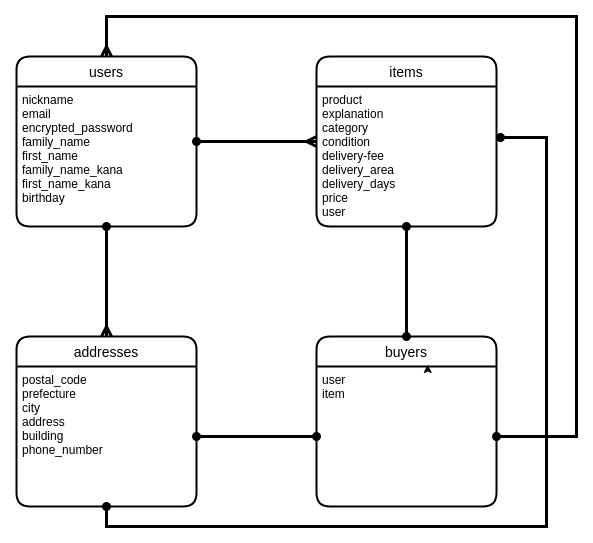
sayaka-ando/furima-32554 keeps this draw.io diagram as furima.dio. Above is the earlier version. Source tidied: cells renumbered, new cells numbered last; positions are measured from the earlier drawing's top-left corner, leaving out a move shared by most shapes. Both pictures are drawn from the tidied source at 100%, with x=0, y=0 at pixel (16, 16).
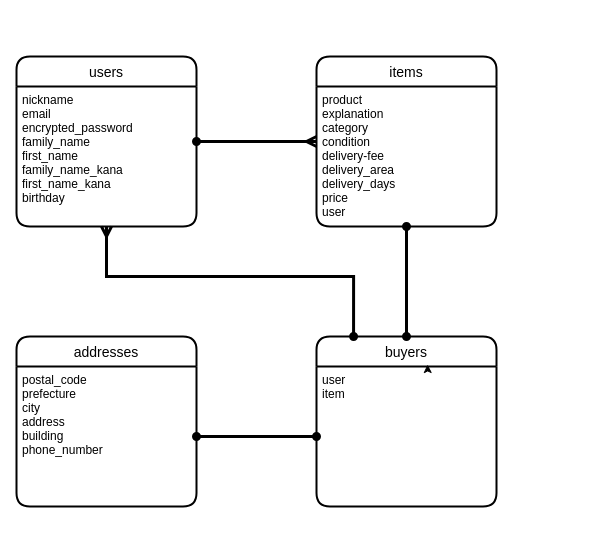
Above is the later version.

Commit message (it also covers changes not shown here):
データベース設計の修正

ActiveHashで実装するものはidをつける。
配送先住所のアソシエーションは購入者だけでよい。

Unchanged cells that the change refers to:
```xml
<mxCell id="2" value="users" style="swimlane;horizontal=1;startSize=30;rounded=1;fontSize=14;fontStyle=0;strokeWidth=2;shadow=0;dashed=0;align=center;" parent="1" vertex="1">
  <mxGeometry y="40" width="180" height="170" as="geometry" />
</mxCell>
<mxCell id="3" value="nickname&#10;email&#10;encrypted_password&#10;family_name&#10;first_name&#10;family_name_kana&#10;first_name_kana&#10;birthday" style="align=left;strokeColor=none;fillColor=none;spacingLeft=4;fontSize=12;verticalAlign=top;" parent="2" vertex="1">
  <mxGeometry y="30" width="180" height="140" as="geometry" />
</mxCell>
<mxCell id="6" value="product&#10;explanation&#10;category&#10;condition&#10;delivery-fee&#10;delivery_area&#10;delivery_days&#10;price&#10;user" style="align=left;strokeColor=none;fillColor=none;spacingLeft=4;fontSize=12;verticalAlign=top;" parent="5" vertex="1">
  <mxGeometry y="30" width="180" height="140" as="geometry" />
</mxCell>
<mxCell id="7" value="addresses" style="swimlane;horizontal=1;startSize=30;rounded=1;fontSize=14;fontStyle=0;strokeWidth=2;shadow=0;dashed=0;align=center;" parent="1" vertex="1">
  <mxGeometry y="320" width="180" height="170" as="geometry" />
</mxCell>
<mxCell id="8" value="postal_code&#10;prefecture&#10;city&#10;address&#10;building&#10;phone_number" style="align=left;strokeColor=none;fillColor=none;spacingLeft=4;fontSize=12;verticalAlign=top;" parent="7" vertex="1">
  <mxGeometry y="30" width="180" height="140" as="geometry" />
</mxCell>
<mxCell id="9" value="buyers" style="swimlane;horizontal=1;startSize=30;rounded=1;fontSize=14;fontStyle=0;strokeWidth=2;shadow=0;dashed=0;align=center;" parent="1" vertex="1">
  <mxGeometry x="300" y="320" width="180" height="170" as="geometry" />
</mxCell>
<mxCell id="10" value="user&#10;item" style="align=left;strokeColor=none;fillColor=none;spacingLeft=4;fontSize=12;verticalAlign=top;" parent="9" vertex="1">
  <mxGeometry y="30" width="180" height="140" as="geometry" />
</mxCell>
```

What changed in the source:
```diff
@@
-    <mxCell id="12" style="edgeStyle=orthogonalEdgeStyle;rounded=0;jettySize=auto;html=1;exitX=0.5;exitY=1;exitDx=0;exitDy=0;entryX=0.5;entryY=0;entryDx=0;entryDy=0;endArrow=ERmany;endFill=0;startArrow=oval;startFill=1;strokeWidth=3;" parent="1" edge="1" source="3" target="7">
-      <mxGeometry relative="1" as="geometry" />
-    </mxCell>
@@
-    <mxCell id="15" style="edgeStyle=orthogonalEdgeStyle;rounded=0;jettySize=auto;html=1;exitX=0.5;exitY=1;exitDx=0;exitDy=0;entryX=1.022;entryY=0.364;entryDx=0;entryDy=0;entryPerimeter=0;startArrow=oval;startFill=1;endArrow=oval;endFill=1;strokeWidth=3;" parent="1" edge="1" source="8" target="6">
-      <mxGeometry relative="1" as="geometry">
-        <Array as="points">
-          <mxPoint x="90" y="510" />
-          <mxPoint x="530" y="510" />
-          <mxPoint x="530" y="121" />
-        </Array>
-      </mxGeometry>
-    </mxCell>
-    <mxCell id="16" style="edgeStyle=orthogonalEdgeStyle;rounded=0;jettySize=auto;html=1;exitX=1;exitY=0.5;exitDx=0;exitDy=0;entryX=0.5;entryY=0;entryDx=0;entryDy=0;startArrow=oval;startFill=1;endArrow=ERmany;endFill=0;strokeWidth=3;" parent="1" edge="1" source="10" target="2">
+    <mxCell id="16" style="edgeStyle=orthogonalEdgeStyle;rounded=0;jettySize=auto;html=1;exitX=0.206;exitY=0;exitDx=0;exitDy=0;startArrow=oval;startFill=1;endArrow=ERmany;endFill=0;strokeWidth=3;exitPerimeter=0;" parent="1" edge="1" source="9">
       <mxGeometry relative="1" as="geometry">
+        <mxPoint x="90" y="210" as="targetPoint" />
         <Array as="points">
-          <mxPoint x="560" y="420" />
-          <mxPoint x="560" />
-          <mxPoint x="90" />
+          <mxPoint x="337" y="260" />
+          <mxPoint x="90" y="260" />
         </Array>
       </mxGeometry>
     </mxCell>
```
